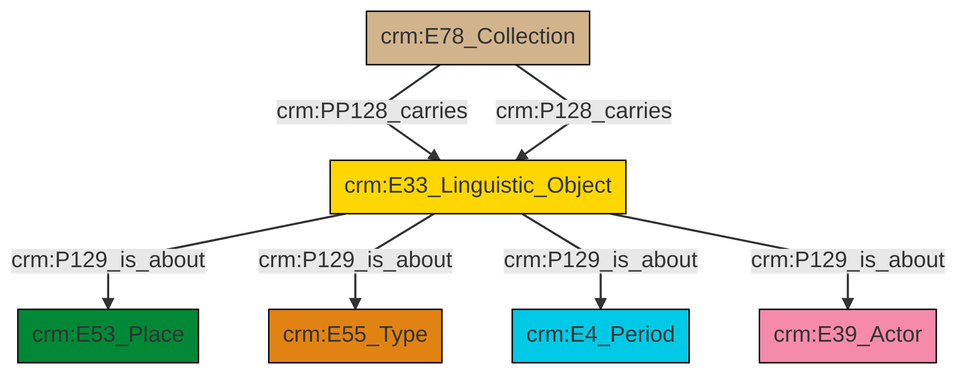
This is et/archivalCSV/ttl/mmd/png/archival_aboutness.png from swiss-art-research-net/docs.swissartresearch, a Mermaid export, as it was before one commit. Its source is kept beside it as et/archivalCSV/ttl/mmd/archival_aboutness.ttl.mmd.
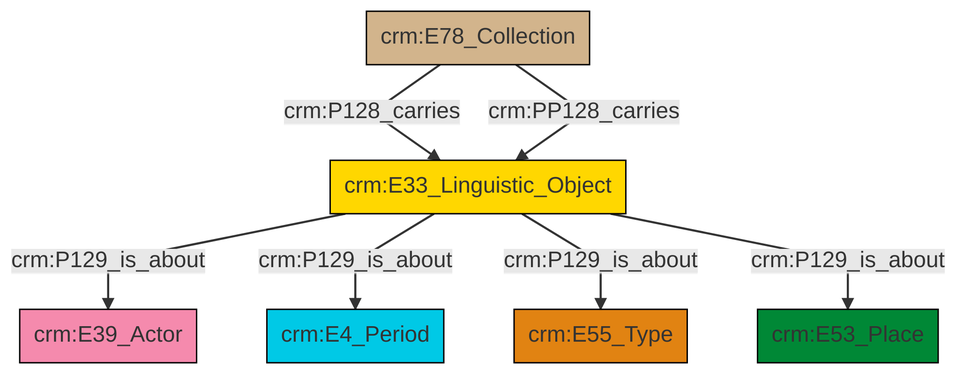
Later version of the same file.

What changed in the source:
```diff
@@ -13,9 +13,9 @@
 classDef PC_Classes fill:#4ce600, stroke:#000000;
 classDef Multi fill:#cccccc,stroke:#000000;
 
-2["crm:E33_Linguistic_Object"]:::Conceptual_Object -->|crm:P129_is_about| 0["crm:E53_Place"]:::Place
-2["crm:E33_Linguistic_Object"]:::Conceptual_Object -->|crm:P129_is_about| 4["crm:E55_Type"]:::Type
-2["crm:E33_Linguistic_Object"]:::Conceptual_Object -->|crm:P129_is_about| 6["crm:E4_Period"]:::Temporal_Entity
-2["crm:E33_Linguistic_Object"]:::Conceptual_Object -->|crm:P129_is_about| 8["crm:E39_Actor"]:::Actor
-9["crm:E78_Collection"]:::Physical_Thing -->|crm:PP128_carries| 2["crm:E33_Linguistic_Object"]:::Conceptual_Object
-9["crm:E78_Collection"]:::Physical_Thing -->|crm:P128_carries| 2["crm:E33_Linguistic_Object"]:::Conceptual_Object
+2["crm:E33_Linguistic_Object"]:::Conceptual_Object -->|crm:P129_is_about| 3["crm:E39_Actor"]:::Actor
+0["crm:E78_Collection"]:::Physical_Thing -->|crm:P128_carries| 2["crm:E33_Linguistic_Object"]:::Conceptual_Object
+2["crm:E33_Linguistic_Object"]:::Conceptual_Object -->|crm:P129_is_about| 4["crm:E4_Period"]:::Temporal_Entity
+2["crm:E33_Linguistic_Object"]:::Conceptual_Object -->|crm:P129_is_about| 5["crm:E55_Type"]:::Type
+0["crm:E78_Collection"]:::Physical_Thing -->|crm:PP128_carries| 2["crm:E33_Linguistic_Object"]:::Conceptual_Object
+2["crm:E33_Linguistic_Object"]:::Conceptual_Object -->|crm:P129_is_about| 9["crm:E53_Place"]:::Place
```
